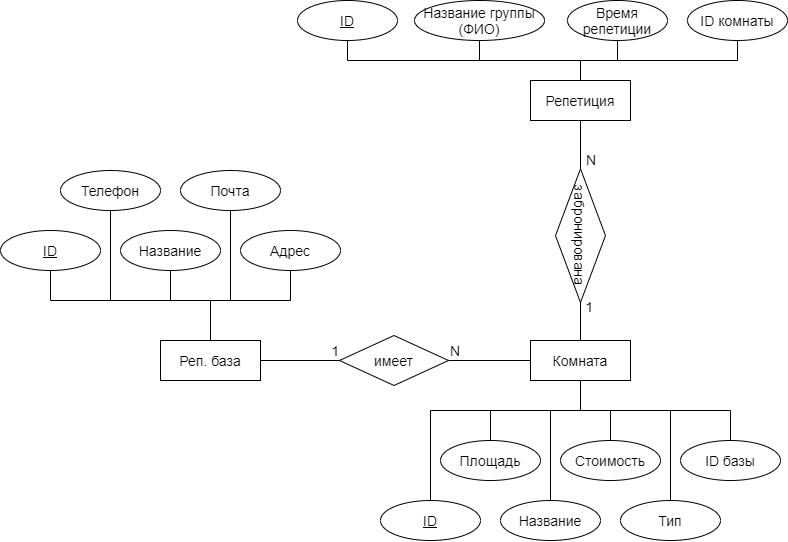
Above: ER.png in aavortep/SWD (draw.io), before the change. Source tidied: cells renumbered, new cells last; positions are measured from the earlier drawing's top-left corner, leaving out a move shared by most shapes.
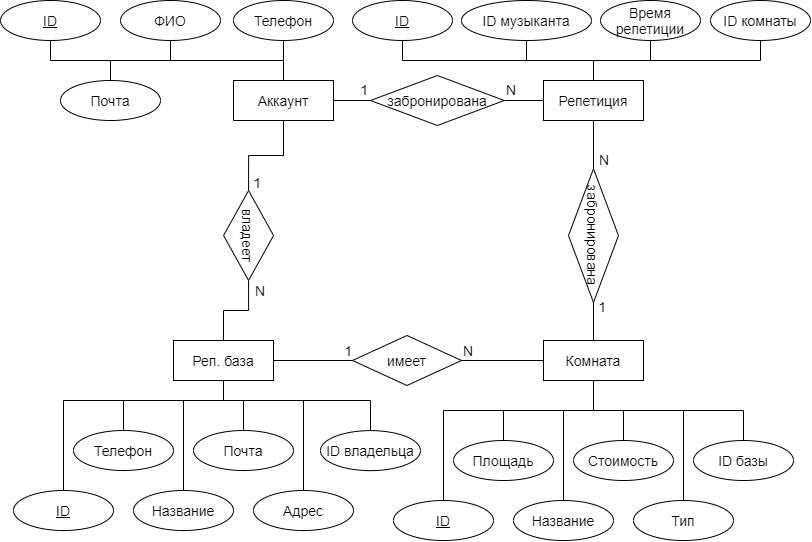
After the commit.

What changed in the source:
```diff
@@ -2,46 +2,54 @@
   <root>
     <mxCell id="0" />
     <mxCell id="1" parent="0" />
+    <mxCell id="5" style="edgeStyle=orthogonalEdgeStyle;rounded=0;jettySize=auto;html=1;exitX=0.5;exitY=1;exitDx=0;exitDy=0;entryX=0.5;entryY=0;entryDx=0;entryDy=0;endArrow=none;endFill=0;" parent="1" edge="1" source="7" target="22">
+      <mxGeometry relative="1" as="geometry">
+        <Array as="points">
+          <mxPoint x="210" y="400" />
+          <mxPoint x="110" y="400" />
+        </Array>
+      </mxGeometry>
+    </mxCell>
+    <mxCell id="6" style="edgeStyle=orthogonalEdgeStyle;rounded=0;jettySize=auto;html=1;exitX=0.5;exitY=1;exitDx=0;exitDy=0;entryX=0.5;entryY=0;entryDx=0;entryDy=0;endArrow=none;endFill=0;" parent="1" edge="1" source="7" target="23">
+      <mxGeometry relative="1" as="geometry">
+        <Array as="points">
+          <mxPoint x="210" y="400" />
+          <mxPoint x="230" y="400" />
+        </Array>
+      </mxGeometry>
+    </mxCell>
+    <mxCell id="45" style="edgeStyle=orthogonalEdgeStyle;rounded=0;jettySize=auto;html=1;exitX=0.5;exitY=1;exitDx=0;exitDy=0;entryX=0.5;entryY=0;entryDx=0;entryDy=0;endArrow=none;endFill=0;" parent="1" edge="1" source="7" target="46">
+      <mxGeometry relative="1" as="geometry">
+        <Array as="points">
+          <mxPoint x="210" y="400" />
+          <mxPoint x="357" y="400" />
+        </Array>
+      </mxGeometry>
+    </mxCell>
-    <mxCell id="2" style="edgeStyle=orthogonalEdgeStyle;rounded=0;jettySize=auto;html=1;exitX=0.5;exitY=0;exitDx=0;exitDy=0;entryX=0.5;entryY=1;entryDx=0;entryDy=0;fontSize=14;endArrow=none;endFill=0;" parent="1" edge="1" source="7" target="24">
+    <mxCell id="2" style="edgeStyle=orthogonalEdgeStyle;rounded=0;jettySize=auto;html=1;exitX=0.5;exitY=1;exitDx=0;exitDy=0;entryX=0.5;entryY=0;entryDx=0;entryDy=0;endArrow=none;endFill=0;" parent="1" edge="1" source="7" target="24">
       <mxGeometry relative="1" as="geometry">
         <Array as="points">
-          <mxPoint x="210" y="300" />
-          <mxPoint x="50" y="300" />
+          <mxPoint x="210" y="400" />
+          <mxPoint x="50" y="400" />
         </Array>
       </mxGeometry>
     </mxCell>
-    <mxCell id="3" style="edgeStyle=orthogonalEdgeStyle;rounded=0;jettySize=auto;html=1;exitX=0.5;exitY=0;exitDx=0;exitDy=0;entryX=0.5;entryY=1;entryDx=0;entryDy=0;endArrow=none;endFill=0;fontSize=14;" parent="1" edge="1" source="7" target="20">
+    <mxCell id="3" style="edgeStyle=orthogonalEdgeStyle;rounded=0;jettySize=auto;html=1;exitX=0.5;exitY=1;exitDx=0;exitDy=0;entryX=0.5;entryY=0;entryDx=0;entryDy=0;endArrow=none;endFill=0;" parent="1" edge="1" source="7" target="20">
       <mxGeometry relative="1" as="geometry">
         <Array as="points">
-          <mxPoint x="210" y="300" />
-          <mxPoint x="170" y="300" />
+          <mxPoint x="210" y="400" />
+          <mxPoint x="170" y="400" />
         </Array>
       </mxGeometry>
     </mxCell>
-    <mxCell id="4" style="edgeStyle=orthogonalEdgeStyle;rounded=0;jettySize=auto;html=1;exitX=0.5;exitY=0;exitDx=0;exitDy=0;entryX=0.5;entryY=1;entryDx=0;entryDy=0;endArrow=none;endFill=0;fontSize=14;" parent="1" edge="1" source="7" target="21">
+    <mxCell id="4" style="edgeStyle=orthogonalEdgeStyle;rounded=0;jettySize=auto;html=1;exitX=0.5;exitY=1;exitDx=0;exitDy=0;entryX=0.5;entryY=0;entryDx=0;entryDy=0;endArrow=none;endFill=0;" parent="1" edge="1" source="7" target="21">
       <mxGeometry relative="1" as="geometry">
         <Array as="points">
-          <mxPoint x="210" y="300" />
-          <mxPoint x="290" y="300" />
+          <mxPoint x="210" y="400" />
+          <mxPoint x="290" y="400" />
         </Array>
       </mxGeometry>
     </mxCell>
-    <mxCell id="5" style="edgeStyle=orthogonalEdgeStyle;rounded=0;jettySize=auto;html=1;exitX=0.5;exitY=0;exitDx=0;exitDy=0;entryX=0.5;entryY=1;entryDx=0;entryDy=0;endArrow=none;endFill=0;fontSize=14;" parent="1" edge="1" source="7" target="22">
-      <mxGeometry relative="1" as="geometry">
-        <Array as="points">
-          <mxPoint x="210" y="300" />
-          <mxPoint x="110" y="300" />
-        </Array>
-      </mxGeometry>
-    </mxCell>
-    <mxCell id="6" style="edgeStyle=orthogonalEdgeStyle;rounded=0;jettySize=auto;html=1;exitX=0.5;exitY=0;exitDx=0;exitDy=0;entryX=0.5;entryY=1;entryDx=0;entryDy=0;endArrow=none;endFill=0;fontSize=14;" parent="1" edge="1" source="7" target="23">
-      <mxGeometry relative="1" as="geometry">
-        <Array as="points">
-          <mxPoint x="210" y="300" />
-          <mxPoint x="230" y="300" />
-        </Array>
-      </mxGeometry>
-    </mxCell>
     <mxCell id="7" value="Реп. база" style="whiteSpace=wrap;html=1;align=center;fontSize=14;" parent="1" vertex="1">
       <mxGeometry x="160" y="340" width="100" height="40" as="geometry" />
     </mxCell>
@@ -99,19 +107,19 @@
       <mxGeometry x="1" relative="1" as="geometry" />
     </mxCell>
     <mxCell id="20" value="Название" style="ellipse;whiteSpace=wrap;html=1;align=center;fontSize=14;" parent="1" vertex="1">
-      <mxGeometry x="120" y="230" width="100" height="40" as="geometry" />
+      <mxGeometry x="120" y="490" width="100" height="40" as="geometry" />
     </mxCell>
     <mxCell id="21" value="Адрес" style="ellipse;whiteSpace=wrap;html=1;align=center;fontSize=14;" parent="1" vertex="1">
-      <mxGeometry x="240" y="230" width="100" height="40" as="geometry" />
+      <mxGeometry x="240" y="490" width="100" height="40" as="geometry" />
     </mxCell>
     <mxCell id="22" value="Телефон" style="ellipse;whiteSpace=wrap;html=1;align=center;fontSize=14;" parent="1" vertex="1">
-      <mxGeometry x="60" y="170" width="100" height="40" as="geometry" />
+      <mxGeometry x="60" y="430" width="100" height="40" as="geometry" />
     </mxCell>
     <mxCell id="23" value="Почта" style="ellipse;whiteSpace=wrap;html=1;align=center;fontSize=14;" parent="1" vertex="1">
-      <mxGeometry x="180" y="170" width="100" height="40" as="geometry" />
+      <mxGeometry x="180" y="430" width="100" height="40" as="geometry" />
     </mxCell>
     <mxCell id="24" value="ID" style="ellipse;whiteSpace=wrap;html=1;align=center;fontStyle=4;fontSize=14;" parent="1" vertex="1">
-      <mxGeometry y="230" width="100" height="40" as="geometry" />
+      <mxGeometry y="490" width="100" height="40" as="geometry" />
     </mxCell>
     <mxCell id="25" value="ID" style="ellipse;whiteSpace=wrap;html=1;align=center;fontStyle=4;fontSize=14;" parent="1" vertex="1">
       <mxGeometry x="380" y="500" width="100" height="40" as="geometry" />
@@ -147,13 +155,13 @@
       <mxGeometry x="530" y="80" width="100" height="40" as="geometry" />
     </mxCell>
     <mxCell id="36" value="ID" style="ellipse;whiteSpace=wrap;html=1;align=center;fontStyle=4;fontSize=14;" parent="1" vertex="1">
-      <mxGeometry x="297" width="100" height="40" as="geometry" />
+      <mxGeometry x="339" width="100" height="40" as="geometry" />
     </mxCell>
     <mxCell id="37" value="Время репетиции" style="ellipse;whiteSpace=wrap;html=1;align=center;fontSize=14;" parent="1" vertex="1">
-      <mxGeometry x="567" width="100" height="40" as="geometry" />
+      <mxGeometry x="587" width="100" height="40" as="geometry" />
     </mxCell>
     <mxCell id="38" value="ID комнаты" style="ellipse;whiteSpace=wrap;html=1;align=center;fontSize=14;" parent="1" vertex="1">
-      <mxGeometry x="687" width="100" height="40" as="geometry" />
+      <mxGeometry x="697" width="100" height="40" as="geometry" />
     </mxCell>
     <mxCell id="39" value="забронирована" style="shape=rhombus;perimeter=rhombusPerimeter;whiteSpace=wrap;html=1;align=center;fontSize=14;rotation=90;" parent="1" vertex="1">
       <mxGeometry x="513.1" y="210.1" width="133.8" height="50" as="geometry" />
@@ -174,8 +182,76 @@
         <mxPoint x="16" y="48.5" as="offset" />
       </mxGeometry>
     </mxCell>
-    <mxCell id="44" value="Название группы (ФИО)" style="ellipse;whiteSpace=wrap;html=1;align=center;fontSize=14;" parent="1" vertex="1">
-      <mxGeometry x="414" width="130" height="40" as="geometry" />
+    <mxCell id="44" value="ID музыканта" style="ellipse;whiteSpace=wrap;html=1;align=center;fontSize=14;" parent="1" vertex="1">
+      <mxGeometry x="448" width="130" height="40" as="geometry" />
     </mxCell>
+    <mxCell id="46" value="ID владельца" style="ellipse;whiteSpace=wrap;html=1;align=center;fontSize=14;" parent="1" vertex="1">
+      <mxGeometry x="307" y="430.1" width="100" height="40" as="geometry" />
+    </mxCell>
+    <mxCell id="47" style="edgeStyle=orthogonalEdgeStyle;rounded=0;jettySize=auto;html=1;exitX=0;exitY=0.5;exitDx=0;exitDy=0;entryX=0.5;entryY=1;entryDx=0;entryDy=0;endArrow=none;endFill=0;" parent="1" edge="1" source="49" target="56">
+      <mxGeometry relative="1" as="geometry" />
+    </mxCell>
+    <mxCell id="48" style="edgeStyle=orthogonalEdgeStyle;rounded=0;jettySize=auto;html=1;exitX=1;exitY=0.5;exitDx=0;exitDy=0;entryX=0.5;entryY=0;entryDx=0;entryDy=0;endArrow=none;endFill=0;" parent="1" edge="1" source="49" target="7">
+      <mxGeometry relative="1" as="geometry" />
+    </mxCell>
+    <mxCell id="49" value="владеет" style="shape=rhombus;perimeter=rhombusPerimeter;whiteSpace=wrap;html=1;align=center;fontSize=14;rotation=90;" parent="1" vertex="1">
+      <mxGeometry x="190.1" y="210" width="89.9" height="50" as="geometry" />
+    </mxCell>
+    <mxCell id="50" value="N" style="html=1;align=right;verticalAlign=bottom;fontSize=14;" parent="1" vertex="1">
+      <mxGeometry x="259.1" y="240" as="geometry">
+        <mxPoint x="-7" y="60" as="offset" />
+      </mxGeometry>
+    </mxCell>
+    <mxCell id="51" value="1" style="html=1;align=right;verticalAlign=bottom;fontSize=14;" parent="1" vertex="1">
+      <mxGeometry x="552" y="-67" as="geometry">
+        <mxPoint x="-304" y="259" as="offset" />
+      </mxGeometry>
+    </mxCell>
+    <mxCell id="52" style="edgeStyle=orthogonalEdgeStyle;rounded=0;jettySize=auto;html=1;exitX=0.5;exitY=0;exitDx=0;exitDy=0;entryX=0.5;entryY=1;entryDx=0;entryDy=0;endArrow=none;endFill=0;" parent="1" edge="1" source="56" target="59">
+      <mxGeometry relative="1" as="geometry" />
+    </mxCell>
+    <mxCell id="53" style="edgeStyle=orthogonalEdgeStyle;rounded=0;jettySize=auto;html=1;exitX=0.5;exitY=0;exitDx=0;exitDy=0;entryX=0.5;entryY=1;entryDx=0;entryDy=0;endArrow=none;endFill=0;" parent="1" edge="1" source="56" target="58">
+      <mxGeometry relative="1" as="geometry" />
+    </mxCell>
+    <mxCell id="54" style="edgeStyle=orthogonalEdgeStyle;rounded=0;jettySize=auto;html=1;exitX=0.5;exitY=0;exitDx=0;exitDy=0;entryX=0.5;entryY=1;entryDx=0;entryDy=0;endArrow=none;endFill=0;" parent="1" edge="1" source="56" target="57">
+      <mxGeometry relative="1" as="geometry" />
+    </mxCell>
+    <mxCell id="55" style="edgeStyle=orthogonalEdgeStyle;rounded=0;jettySize=auto;html=1;exitX=0.5;exitY=0;exitDx=0;exitDy=0;entryX=0.5;entryY=0;entryDx=0;entryDy=0;endArrow=none;endFill=0;" parent="1" edge="1" source="56" target="60">
+      <mxGeometry relative="1" as="geometry" />
+    </mxCell>
+    <mxCell id="56" value="Аккаунт" style="whiteSpace=wrap;html=1;align=center;fontSize=14;" parent="1" vertex="1">
+      <mxGeometry x="220" y="80" width="100" height="40" as="geometry" />
+    </mxCell>
+    <mxCell id="57" value="ID" style="ellipse;whiteSpace=wrap;html=1;align=center;fontStyle=4;fontSize=14;" parent="1" vertex="1">
+      <mxGeometry x="-13" width="100" height="40" as="geometry" />
+    </mxCell>
+    <mxCell id="58" value="ФИО" style="ellipse;whiteSpace=wrap;html=1;align=center;fontSize=14;" parent="1" vertex="1">
+      <mxGeometry x="107" width="100" height="40" as="geometry" />
+    </mxCell>
+    <mxCell id="59" value="Телефон" style="ellipse;whiteSpace=wrap;html=1;align=center;fontSize=14;" parent="1" vertex="1">
+      <mxGeometry x="220" width="100" height="40" as="geometry" />
+    </mxCell>
+    <mxCell id="60" value="Почта" style="ellipse;whiteSpace=wrap;html=1;align=center;fontSize=14;" parent="1" vertex="1">
+      <mxGeometry x="47" y="80" width="100" height="40" as="geometry" />
+    </mxCell>
+    <mxCell id="61" style="edgeStyle=orthogonalEdgeStyle;rounded=0;jettySize=auto;html=1;exitX=1;exitY=0.5;exitDx=0;exitDy=0;entryX=0;entryY=0.5;entryDx=0;entryDy=0;endArrow=none;endFill=0;" parent="1" edge="1" source="63" target="35">
+      <mxGeometry relative="1" as="geometry" />
+    </mxCell>
+    <mxCell id="62" style="edgeStyle=orthogonalEdgeStyle;rounded=0;jettySize=auto;html=1;exitX=0;exitY=0.5;exitDx=0;exitDy=0;entryX=1;entryY=0.5;entryDx=0;entryDy=0;endArrow=none;endFill=0;" parent="1" edge="1" source="63" target="56">
+      <mxGeometry relative="1" as="geometry" />
+    </mxCell>
+    <mxCell id="63" value="забронирована" style="shape=rhombus;perimeter=rhombusPerimeter;whiteSpace=wrap;html=1;align=center;fontSize=14;rotation=0;" parent="1" vertex="1">
+      <mxGeometry x="357" y="75" width="133.8" height="50" as="geometry" />
+    </mxCell>
+    <mxCell id="64" value="N" style="html=1;align=right;verticalAlign=bottom;fontSize=14;" parent="1" vertex="1">
+      <mxGeometry x="481" y="294" as="geometry">
+        <mxPoint x="22" y="-195" as="offset" />
+      </mxGeometry>
+    </mxCell>
+    <mxCell id="65" value="1" style="html=1;align=right;verticalAlign=bottom;fontSize=14;" parent="1" vertex="1">
+      <mxGeometry x="347.6" y="339" as="geometry">
+        <mxPoint x="7" y="-240" as="offset" />
+      </mxGeometry>
+    </mxCell>
   </root>
 </mxGraphModel>
```
